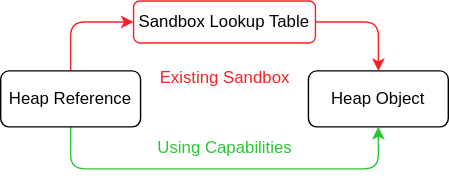
Above: images/CapabilityHandles.svg in capablevms/DSbD-2024-03-Poster (draw.io), before the change. Source tidied: cells renumbered, new cells last; positions are measured from the earlier drawing's top-left corner, leaving out a move shared by most shapes. The source it was exported from:
```xml
<mxGraphModel>
  <root>
    <mxCell id="0" />
    <mxCell id="1" parent="0" />
    <mxCell id="2" style="edgeStyle=orthogonalEdgeStyle;rounded=1;jettySize=auto;html=1;exitX=0.5;exitY=0;exitDx=0;exitDy=0;entryX=0;entryY=0.5;entryDx=0;entryDy=0;curved=0;strokeColor=#fb2025;" parent="1" edge="1" source="4" target="7">
      <mxGeometry relative="1" as="geometry" />
    </mxCell>
    <mxCell id="3" style="edgeStyle=orthogonalEdgeStyle;rounded=1;jettySize=auto;html=1;exitX=0.5;exitY=1;exitDx=0;exitDy=0;entryX=0.5;entryY=1;entryDx=0;entryDy=0;strokeColor=#28c732;curved=0;" parent="1" edge="1" source="4" target="5">
      <mxGeometry relative="1" as="geometry">
        <Array as="points">
          <mxPoint x="50" y="120" />
          <mxPoint x="270" y="120" />
        </Array>
      </mxGeometry>
    </mxCell>
    <mxCell id="4" value="Heap Reference" style="rounded=1;whiteSpace=wrap;html=1;" parent="1" vertex="1">
      <mxGeometry y="50" width="100" height="40" as="geometry" />
    </mxCell>
    <mxCell id="5" value="Heap Object" style="rounded=1;whiteSpace=wrap;html=1;" parent="1" vertex="1">
      <mxGeometry x="220" y="50" width="100" height="40" as="geometry" />
    </mxCell>
    <mxCell id="6" style="edgeStyle=orthogonalEdgeStyle;rounded=1;jettySize=auto;html=1;exitX=1;exitY=0.5;exitDx=0;exitDy=0;entryX=0.5;entryY=0;entryDx=0;entryDy=0;curved=0;strokeColor=#fb2025;" parent="1" edge="1" source="7" target="5">
      <mxGeometry relative="1" as="geometry" />
    </mxCell>
    <mxCell id="7" value="Sandbox Lookup Table" style="rounded=1;whiteSpace=wrap;html=1;strokeColor=#fb2025;" parent="1" vertex="1">
      <mxGeometry x="95" width="130" height="30" as="geometry" />
    </mxCell>
    <mxCell id="8" value="&lt;div&gt;&lt;font color=&quot;#fb2025&quot;&gt;Existing Sandbox&lt;br&gt;&lt;/font&gt;&lt;/div&gt;" style="text;html=1;align=center;verticalAlign=middle;strokeColor=none;fillColor=none;" parent="1" vertex="1">
      <mxGeometry x="100" y="40" width="120" height="30" as="geometry" />
    </mxCell>
    <mxCell id="9" value="&lt;div&gt;&lt;font color=&quot;#28c732&quot;&gt;Using Capabilities&lt;br&gt;&lt;/font&gt;&lt;/div&gt;" style="text;html=1;align=center;verticalAlign=middle;strokeColor=none;fillColor=none;" parent="1" vertex="1">
      <mxGeometry x="100" y="90" width="120" height="30" as="geometry" />
    </mxCell>
  </root>
</mxGraphModel>
```
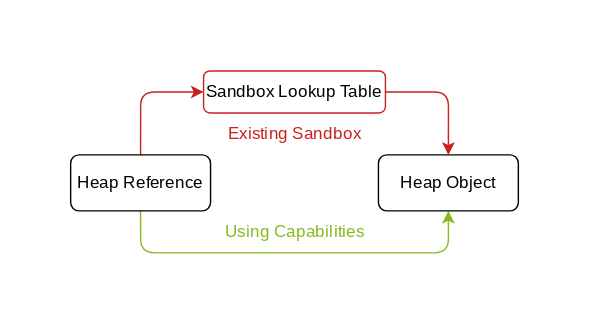
Later version of the same file.

Commit message:
[Chrompartments] replace table with diagram

What changed in the source:
```diff
@@ -2,34 +2,34 @@
   <root>
     <mxCell id="0" />
     <mxCell id="1" parent="0" />
-    <mxCell id="2" style="edgeStyle=orthogonalEdgeStyle;rounded=1;jettySize=auto;html=1;exitX=0.5;exitY=0;exitDx=0;exitDy=0;entryX=0;entryY=0.5;entryDx=0;entryDy=0;curved=0;strokeColor=#fb2025;" parent="1" edge="1" source="4" target="7">
+    <mxCell id="2" style="edgeStyle=orthogonalEdgeStyle;rounded=1;jettySize=auto;html=1;exitX=0.5;exitY=0;exitDx=0;exitDy=0;entryX=0;entryY=0.5;entryDx=0;entryDy=0;curved=0;strokeColor=#C9211E;fontFamily=Noto Sans Mono;fontSource=https%3A%2F%2Ffonts.googleapis.com%2Fcss%3Ffamily%3DNoto%2BSans%2BMono;" parent="1" edge="1" source="4" target="7">
       <mxGeometry relative="1" as="geometry" />
     </mxCell>
-    <mxCell id="3" style="edgeStyle=orthogonalEdgeStyle;rounded=1;jettySize=auto;html=1;exitX=0.5;exitY=1;exitDx=0;exitDy=0;entryX=0.5;entryY=1;entryDx=0;entryDy=0;strokeColor=#28c732;curved=0;" parent="1" edge="1" source="4" target="5">
+    <mxCell id="3" style="edgeStyle=orthogonalEdgeStyle;rounded=1;jettySize=auto;html=1;exitX=0.5;exitY=1;exitDx=0;exitDy=0;entryX=0.5;entryY=1;entryDx=0;entryDy=0;strokeColor=#84BB1C;curved=0;fontFamily=Noto Sans Mono;fontSource=https%3A%2F%2Ffonts.googleapis.com%2Fcss%3Ffamily%3DNoto%2BSans%2BMono;" parent="1" edge="1" source="4" target="5">
       <mxGeometry relative="1" as="geometry">
         <Array as="points">
-          <mxPoint x="50" y="120" />
-          <mxPoint x="270" y="120" />
+          <mxPoint x="43" y="120" />
+          <mxPoint x="263" y="120" />
         </Array>
       </mxGeometry>
     </mxCell>
-    <mxCell id="4" value="Heap Reference" style="rounded=1;whiteSpace=wrap;html=1;" parent="1" vertex="1">
-      <mxGeometry y="50" width="100" height="40" as="geometry" />
+    <mxCell id="4" value="Heap Reference" style="rounded=1;whiteSpace=wrap;html=1;fontFamily=Noto Sans Mono;fontSource=https%3A%2F%2Ffonts.googleapis.com%2Fcss%3Ffamily%3DNoto%2BSans%2BMono;" parent="1" vertex="1">
+      <mxGeometry x="-7" y="50" width="100" height="40" as="geometry" />
     </mxCell>
-    <mxCell id="5" value="Heap Object" style="rounded=1;whiteSpace=wrap;html=1;" parent="1" vertex="1">
-      <mxGeometry x="220" y="50" width="100" height="40" as="geometry" />
+    <mxCell id="5" value="Heap Object" style="rounded=1;whiteSpace=wrap;html=1;fontFamily=Noto Sans Mono;fontSource=https%3A%2F%2Ffonts.googleapis.com%2Fcss%3Ffamily%3DNoto%2BSans%2BMono;" parent="1" vertex="1">
+      <mxGeometry x="213" y="50" width="100" height="40" as="geometry" />
     </mxCell>
-    <mxCell id="6" style="edgeStyle=orthogonalEdgeStyle;rounded=1;jettySize=auto;html=1;exitX=1;exitY=0.5;exitDx=0;exitDy=0;entryX=0.5;entryY=0;entryDx=0;entryDy=0;curved=0;strokeColor=#fb2025;" parent="1" edge="1" source="7" target="5">
+    <mxCell id="6" style="edgeStyle=orthogonalEdgeStyle;rounded=1;jettySize=auto;html=1;exitX=1;exitY=0.5;exitDx=0;exitDy=0;entryX=0.5;entryY=0;entryDx=0;entryDy=0;curved=0;strokeColor=#C9211E;fontFamily=Noto Sans Mono;fontSource=https%3A%2F%2Ffonts.googleapis.com%2Fcss%3Ffamily%3DNoto%2BSans%2BMono;" parent="1" edge="1" source="7" target="5">
       <mxGeometry relative="1" as="geometry" />
     </mxCell>
-    <mxCell id="7" value="Sandbox Lookup Table" style="rounded=1;whiteSpace=wrap;html=1;strokeColor=#fb2025;" parent="1" vertex="1">
-      <mxGeometry x="95" width="130" height="30" as="geometry" />
+    <mxCell id="7" value="Sandbox Lookup Table" style="rounded=1;whiteSpace=wrap;html=1;strokeColor=#C9211E;fontFamily=Noto Sans Mono;fontSource=https%3A%2F%2Ffonts.googleapis.com%2Fcss%3Ffamily%3DNoto%2BSans%2BMono;" parent="1" vertex="1">
+      <mxGeometry x="88" y="-10" width="130" height="30" as="geometry" />
     </mxCell>
-    <mxCell id="8" value="&lt;div&gt;&lt;font color=&quot;#fb2025&quot;&gt;Existing Sandbox&lt;br&gt;&lt;/font&gt;&lt;/div&gt;" style="text;html=1;align=center;verticalAlign=middle;strokeColor=none;fillColor=none;" parent="1" vertex="1">
-      <mxGeometry x="100" y="40" width="120" height="30" as="geometry" />
+    <mxCell id="8" value="&lt;div&gt;&lt;font&gt;Existing Sandbox&lt;br&gt;&lt;/font&gt;&lt;/div&gt;" style="text;html=1;align=center;verticalAlign=middle;strokeColor=none;fillColor=none;fontColor=#C9211E;fontFamily=Noto Sans Mono;fontSource=https%3A%2F%2Ffonts.googleapis.com%2Fcss%3Ffamily%3DNoto%2BSans%2BMono;" parent="1" vertex="1">
+      <mxGeometry x="83" y="20" width="140" height="30" as="geometry" />
     </mxCell>
-    <mxCell id="9" value="&lt;div&gt;&lt;font color=&quot;#28c732&quot;&gt;Using Capabilities&lt;br&gt;&lt;/font&gt;&lt;/div&gt;" style="text;html=1;align=center;verticalAlign=middle;strokeColor=none;fillColor=none;" parent="1" vertex="1">
-      <mxGeometry x="100" y="90" width="120" height="30" as="geometry" />
+    <mxCell id="9" value="&lt;div&gt;&lt;font&gt;Using Capabilities&lt;br&gt;&lt;/font&gt;&lt;/div&gt;" style="text;html=1;align=center;verticalAlign=middle;strokeColor=none;fillColor=none;fontColor=#84BB1C;fontFamily=Noto Sans Mono;fontSource=https%3A%2F%2Ffonts.googleapis.com%2Fcss%3Ffamily%3DNoto%2BSans%2BMono;" parent="1" vertex="1">
+      <mxGeometry x="78" y="90" width="150" height="30" as="geometry" />
     </mxCell>
   </root>
 </mxGraphModel>
```
